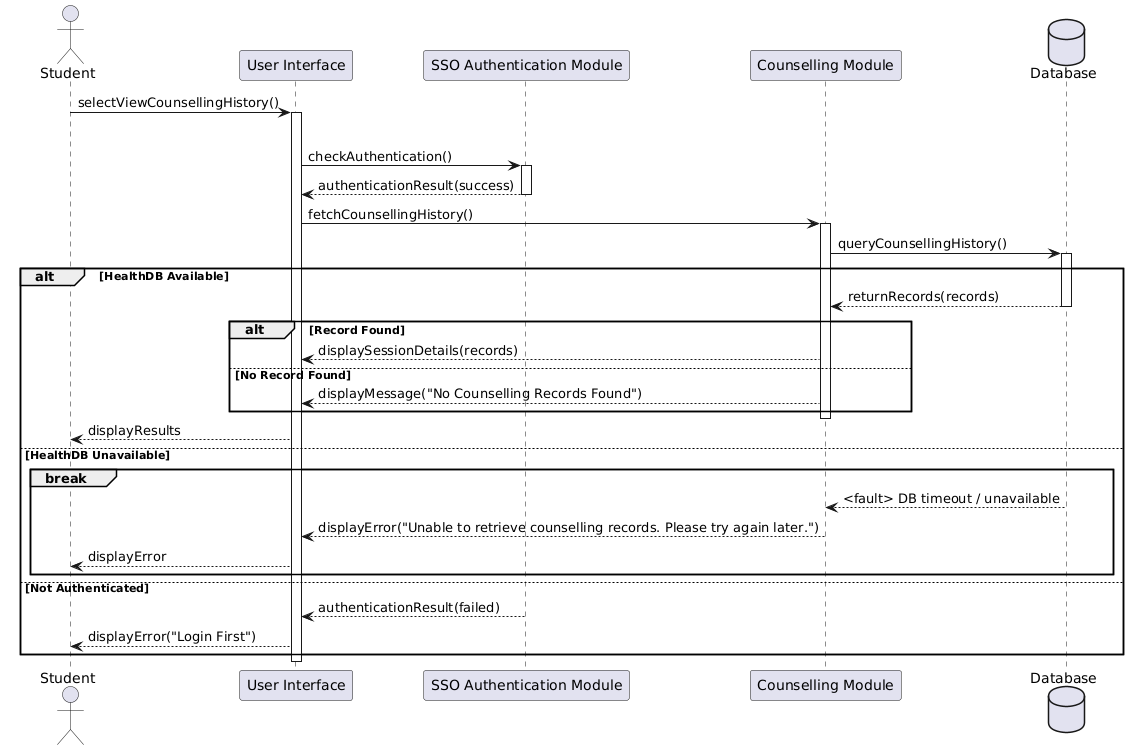
Above: images/media/uc06.png in NicholasTMS/TT6L_G4_Requirements_Project (PlantUML), before the change.
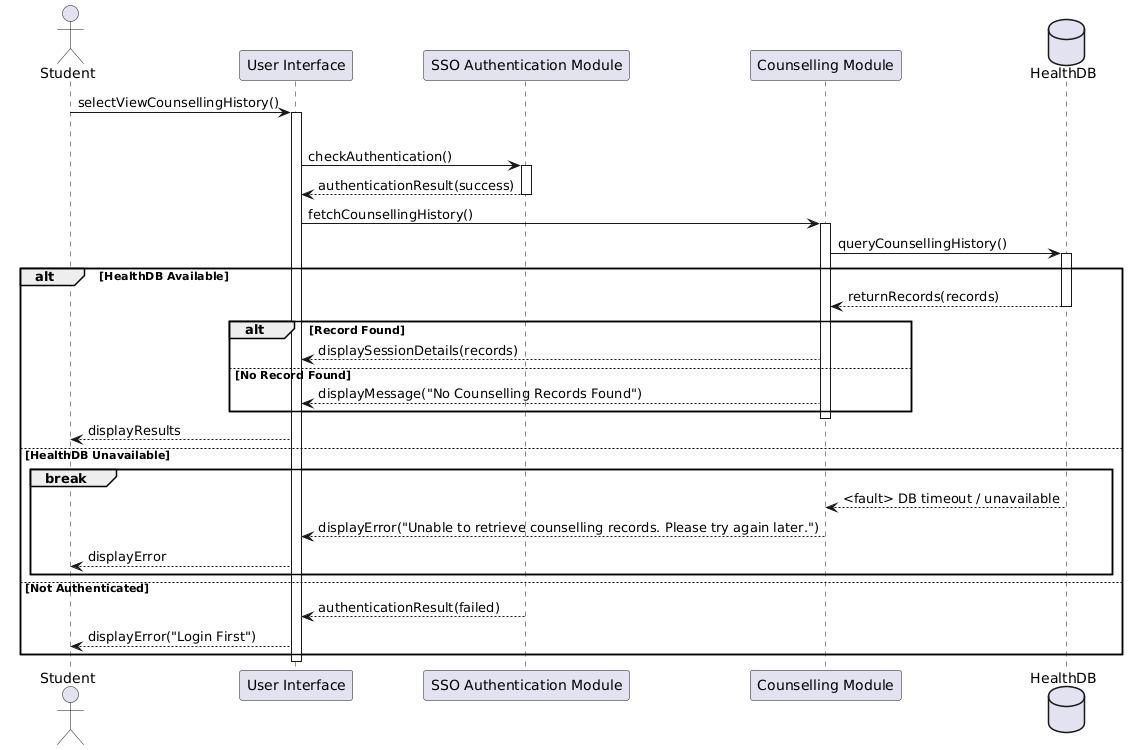
Later version of the same file.

Commit message:
Reupdated UC06 use case diagram

What changed in the source:
```diff
@@ -4,7 +4,7 @@
 participant "User Interface" as UI
 participant "SSO Authentication Module" as SSO
 participant "Counselling Module" as CM
-database "Database" as DB
+database "HealthDB" as DB
 
 Student -> UI: selectViewCounsellingHistory()
 activate UI
```
